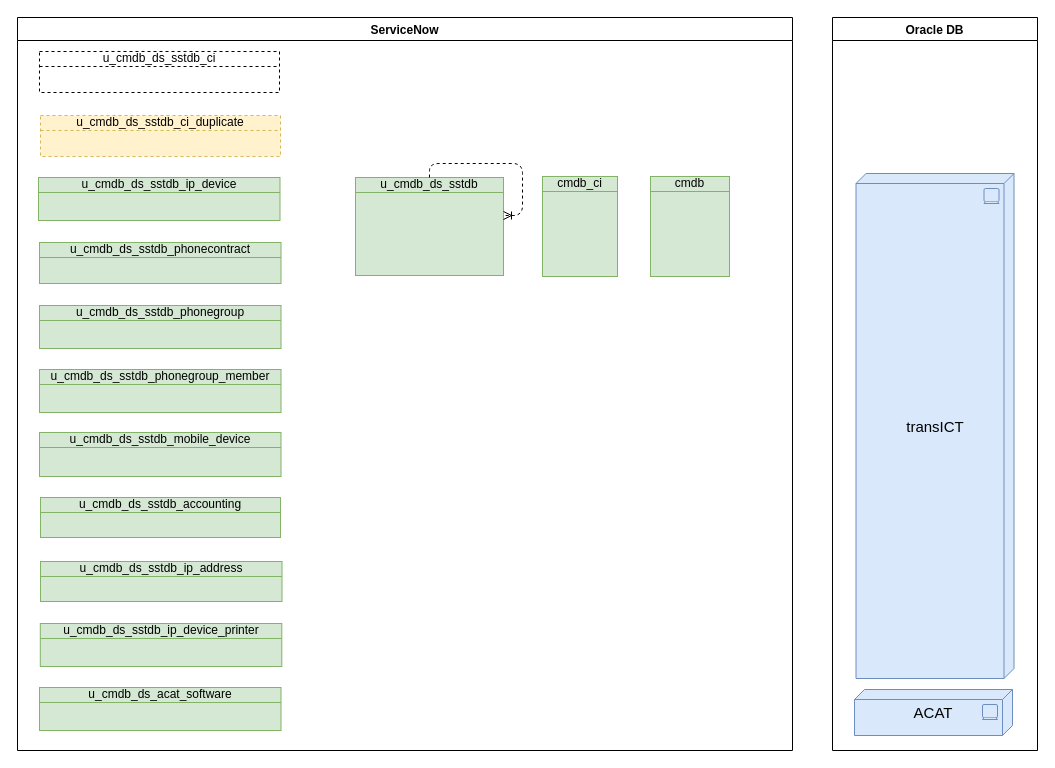
Earlier version of the draw.io diagram page "Page-1" (1 of 2) of DBsReClassV1.drawio (algimas/tmp). Source tidied: cells renumbered, new cells numbered last; positions are measured from the earlier drawing's top-left corner, leaving out a move shared by most shapes. Both pictures are drawn from the tidied source at 100%, with x=0, y=0 at pixel (17, 17).
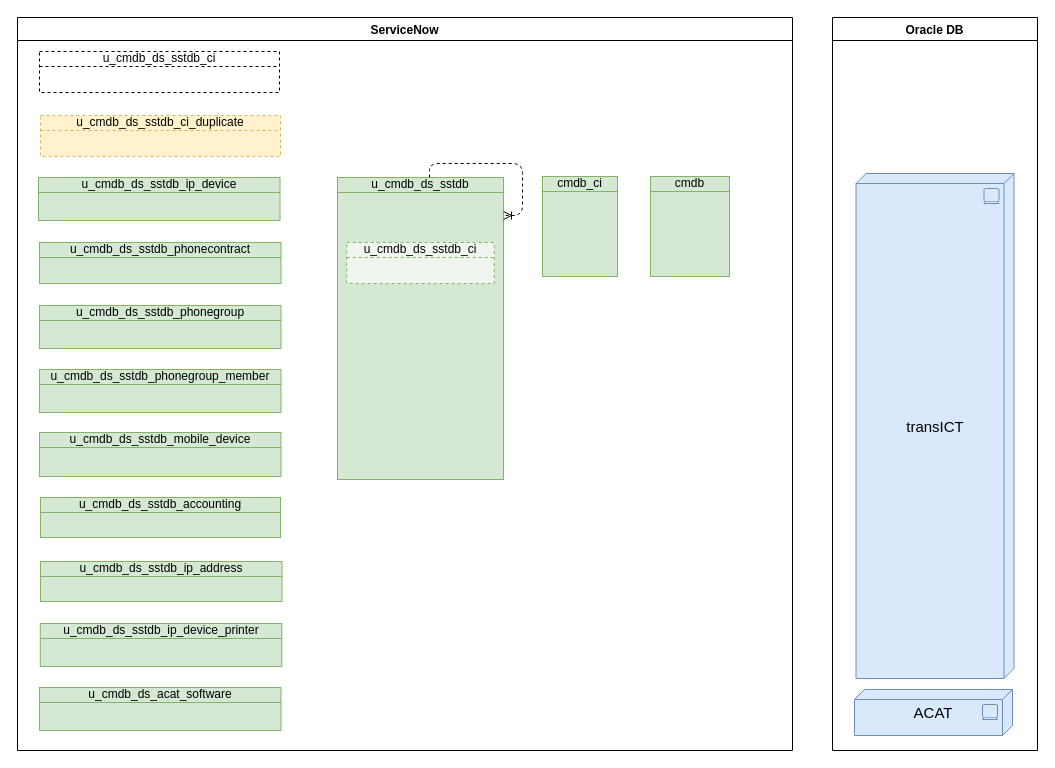
After the change.

Unchanged cells that the change refers to:
```xml
<mxCell id="2" value="ServiceNow" style="swimlane;" parent="1" vertex="1">
  <mxGeometry width="775" height="733" as="geometry" />
</mxCell>
```

The edit, as a diff of the source:
```diff
@@
     <mxCell id="3" value="u_cmdb_ds_sstdb" style="html=1;outlineConnect=0;whiteSpace=wrap;fillColor=#d5e8d4;shape=mxgraph.archimate3.businessObject;overflow=fill;strokeColor=#82b366;" parent="2" vertex="1">
-      <mxGeometry x="338" y="160" width="148" height="98" as="geometry" />
+      <mxGeometry x="320" y="160" width="166" height="302" as="geometry" />
     </mxCell>
@@
+    <mxCell id="21" value="u_cmdb_ds_sstdb_ci" style="html=1;whiteSpace=wrap;shape=mxgraph.archimate3.businessObject;overflow=fill;dashed=1;fillColor=#f0f5f0;strokeColor=#82b366;" parent="2" vertex="1">
+      <mxGeometry x="329.2" y="225" width="147.5" height="41" as="geometry" />
+    </mxCell>
```
